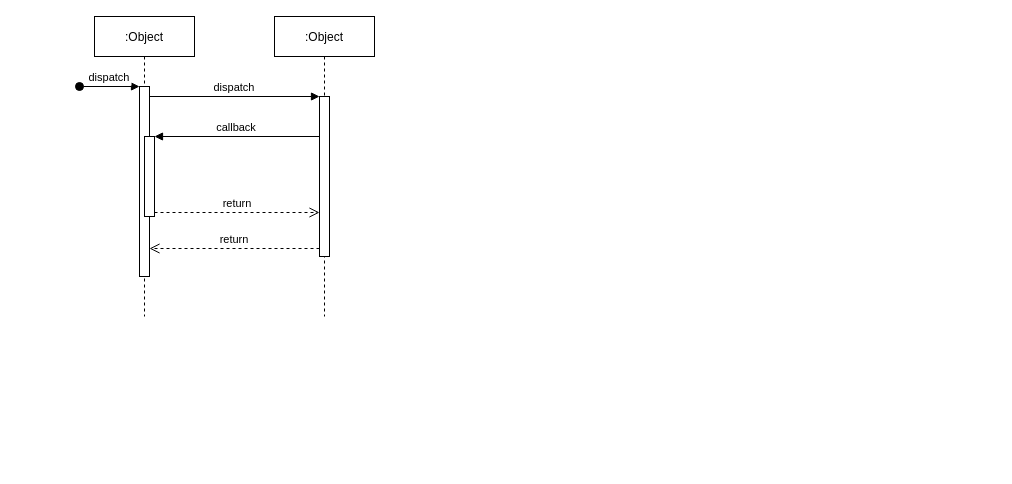
Before: Untitled Diagram.drawio in 748349009/AHANLP, a draw.io diagram. Source tidied: cells renumbered, new cells numbered last; positions are measured from the earlier drawing's top-left corner, leaving out a move shared by most shapes. Both pictures are drawn from the tidied source at 100%, with x=0, y=0 at pixel (79, 16).
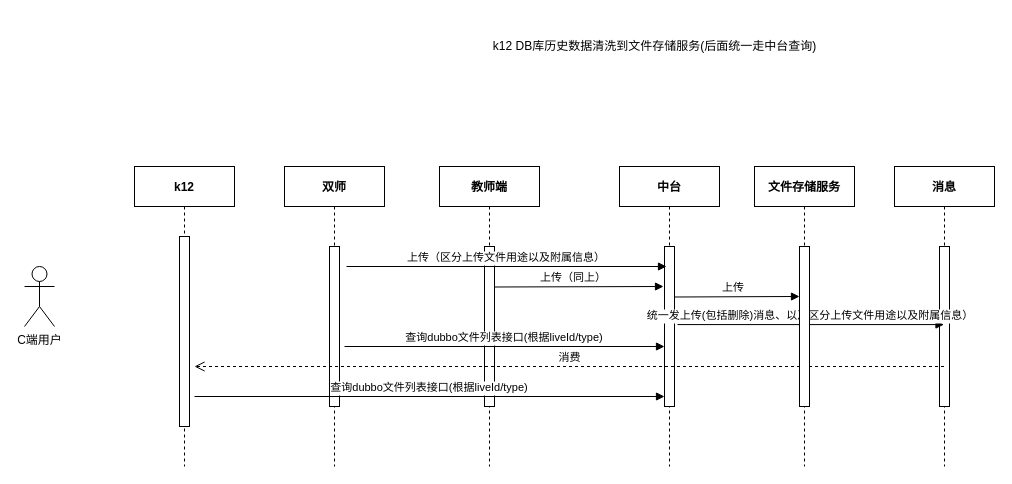
The same page after the edit.

The change refers to these unchanged cells:
```xml
<mxCell id="3" style="points=[];perimeter=orthogonalPerimeter;rounded=0;shadow=0;strokeWidth=1;" parent="2" vertex="1">
  <mxGeometry x="45" y="70" width="10" height="190" as="geometry" />
</mxCell>
<mxCell id="7" style="points=[];perimeter=orthogonalPerimeter;rounded=0;shadow=0;strokeWidth=1;" parent="6" vertex="1">
  <mxGeometry x="45" y="80" width="10" height="160" as="geometry" />
</mxCell>
```

What changed in the source:
```diff
@@
-    <mxCell id="2" value=":Object" style="shape=umlLifeline;perimeter=lifelinePerimeter;rounded=0;shadow=0;strokeWidth=1;" parent="1" vertex="1">
-      <mxGeometry x="15" width="100" height="300" as="geometry" />
+    <mxCell id="2" value="k12" style="shape=umlLifeline;perimeter=lifelinePerimeter;rounded=0;shadow=0;strokeWidth=1;fontStyle=1;" parent="1" vertex="1">
+      <mxGeometry x="55" y="150" width="100" height="300" as="geometry" />
     </mxCell>
@@
-    <mxCell id="4" value="dispatch" style="verticalAlign=bottom;startArrow=oval;endArrow=block;startSize=8;shadow=0;strokeWidth=1;" parent="2" edge="1" target="3">
-      <mxGeometry relative="1" as="geometry">
-        <mxPoint x="-15" y="70" as="sourcePoint" />
-      </mxGeometry>
-    </mxCell>
-    <mxCell id="5" style="points=[];perimeter=orthogonalPerimeter;rounded=0;shadow=0;strokeWidth=1;" parent="2" vertex="1">
-      <mxGeometry x="50" y="120" width="10" height="80" as="geometry" />
-    </mxCell>
-    <mxCell id="6" value=":Object" style="shape=umlLifeline;perimeter=lifelinePerimeter;rounded=0;shadow=0;strokeWidth=1;" parent="1" vertex="1">
-      <mxGeometry x="195" width="100" height="300" as="geometry" />
+    <mxCell id="6" value="双师" style="shape=umlLifeline;perimeter=lifelinePerimeter;rounded=0;shadow=0;strokeWidth=1;fontStyle=1;" parent="1" vertex="1">
+      <mxGeometry x="205" y="150" width="100" height="300" as="geometry" />
     </mxCell>
@@
-    <mxCell id="8" value="return" style="verticalAlign=bottom;endArrow=open;dashed=1;endSize=8;exitX=0;exitY=0.95;shadow=0;strokeWidth=1;" parent="1" edge="1" source="7" target="3">
-      <mxGeometry relative="1" as="geometry" />
-    </mxCell>
-    <mxCell id="9" value="dispatch" style="verticalAlign=bottom;endArrow=block;entryX=0;entryY=0;shadow=0;strokeWidth=1;" parent="1" edge="1" source="3" target="7">
-      <mxGeometry relative="1" as="geometry" />
-    </mxCell>
-    <mxCell id="10" value="callback" style="verticalAlign=bottom;endArrow=block;entryX=1;entryY=0;shadow=0;strokeWidth=1;" parent="1" edge="1" source="7" target="5">
-      <mxGeometry relative="1" as="geometry" />
-    </mxCell>
-    <mxCell id="11" value="return" style="verticalAlign=bottom;endArrow=open;dashed=1;endSize=8;exitX=1;exitY=0.95;shadow=0;strokeWidth=1;" parent="1" edge="1" source="5" target="7">
-      <mxGeometry relative="1" as="geometry" />
-    </mxCell>
+    <mxCell id="12" value="教师端" style="shape=umlLifeline;perimeter=lifelinePerimeter;rounded=0;shadow=0;strokeWidth=1;fontStyle=1;" parent="1" vertex="1">
+      <mxGeometry x="360" y="150" width="100" height="300" as="geometry" />
+    </mxCell>
+    <mxCell id="13" style="perimeter=orthogonalPerimeter;rounded=0;shadow=0;strokeWidth=1;" parent="12" vertex="1">
+      <mxGeometry x="45" y="80" width="10" height="160" as="geometry" />
+    </mxCell>
+    <mxCell id="14" value="查询dubbo文件列表接口(根据liveId/type)" style="verticalAlign=bottom;endArrow=block;shadow=0;strokeWidth=1;" parent="12" edge="1">
+      <mxGeometry relative="1" as="geometry">
+        <mxPoint x="-95" y="180" as="sourcePoint" />
+        <mxPoint x="225" y="180" as="targetPoint" />
+      </mxGeometry>
+    </mxCell>
+    <mxCell id="15" value="中台" style="shape=umlLifeline;perimeter=lifelinePerimeter;rounded=0;shadow=0;strokeWidth=1;fontStyle=1;" parent="1" vertex="1">
+      <mxGeometry x="540" y="150" width="100" height="300" as="geometry" />
+    </mxCell>
+    <mxCell id="16" style="points=[];perimeter=orthogonalPerimeter;rounded=0;shadow=0;strokeWidth=1;" parent="15" vertex="1">
+      <mxGeometry x="45" y="80" width="10" height="160" as="geometry" />
+    </mxCell>
+    <mxCell id="17" value="上传（区分上传文件用途以及附属信息）" style="verticalAlign=bottom;endArrow=block;shadow=0;strokeWidth=1;" parent="1" edge="1">
+      <mxGeometry relative="1" as="geometry">
+        <mxPoint x="267" y="250" as="sourcePoint" />
+        <mxPoint x="587" y="250" as="targetPoint" />
+      </mxGeometry>
+    </mxCell>
+    <mxCell id="18" value="上传（同上）" style="verticalAlign=bottom;endArrow=block;shadow=0;strokeWidth=1;entryX=-0.1;entryY=0.25;entryDx=0;entryDy=0;entryPerimeter=0;" parent="1" edge="1" target="16">
+      <mxGeometry x="-0.06" relative="1" as="geometry">
+        <mxPoint x="415" y="270.5" as="sourcePoint" />
+      </mxGeometry>
+    </mxCell>
+    <mxCell id="19" value="消息" style="shape=umlLifeline;perimeter=lifelinePerimeter;rounded=0;shadow=0;strokeWidth=1;fontStyle=1;" parent="1" vertex="1">
+      <mxGeometry x="815" y="150" width="100" height="300" as="geometry" />
+    </mxCell>
+    <mxCell id="20" style="perimeter=orthogonalPerimeter;rounded=0;shadow=0;strokeWidth=1;" parent="19" vertex="1">
+      <mxGeometry x="45" y="80" width="10" height="160" as="geometry" />
+    </mxCell>
+    <mxCell id="21" value="统一发上传(包括删除)消息、以及区分上传文件用途以及附属信息）" style="verticalAlign=bottom;endArrow=block;shadow=0;strokeWidth=1;exitX=1.3;exitY=0.488;exitDx=0;exitDy=0;exitPerimeter=0;" parent="1" edge="1" source="16" target="19">
+      <mxGeometry relative="1" as="geometry" />
+    </mxCell>
+    <mxCell id="22" value="消费" style="html=1;verticalAlign=bottom;endArrow=open;dashed=1;endSize=8;" parent="1" edge="1" source="19">
+      <mxGeometry relative="1" as="geometry">
+        <mxPoint x="115" y="350" as="targetPoint" />
+      </mxGeometry>
+    </mxCell>
+    <mxCell id="23" value="查询dubbo文件列表接口(根据liveId/type)" style="verticalAlign=bottom;endArrow=block;shadow=0;strokeWidth=1;" parent="1" edge="1">
+      <mxGeometry relative="1" as="geometry">
+        <mxPoint x="115" y="380" as="sourcePoint" />
+        <mxPoint x="585" y="380" as="targetPoint" />
+      </mxGeometry>
+    </mxCell>
+    <mxCell id="24" value="文件存储服务" style="shape=umlLifeline;perimeter=lifelinePerimeter;rounded=0;shadow=0;strokeWidth=1;fontStyle=1;" parent="1" vertex="1">
+      <mxGeometry x="675" y="150" width="100" height="300" as="geometry" />
+    </mxCell>
+    <mxCell id="25" style="perimeter=orthogonalPerimeter;rounded=0;shadow=0;strokeWidth=1;" parent="24" vertex="1">
+      <mxGeometry x="45" y="80" width="10" height="160" as="geometry" />
+    </mxCell>
+    <mxCell id="26" value="上传" style="verticalAlign=bottom;endArrow=block;shadow=0;strokeWidth=1;" parent="1" edge="1">
+      <mxGeometry x="-0.06" relative="1" as="geometry">
+        <mxPoint x="595" y="280.5" as="sourcePoint" />
+        <mxPoint x="720" y="280" as="targetPoint" />
+      </mxGeometry>
+    </mxCell>
+    <mxCell id="27" value="k12 DB库历史数据清洗到文件存储服务(后面统一走中台查询)" style="text;html=1;align=center;verticalAlign=middle;" parent="1" vertex="1">
+      <mxGeometry x="405" y="20" width="340" height="20" as="geometry" />
+    </mxCell>
+    <mxCell id="28" value="C端用户" style="shape=umlActor;verticalLabelPosition=bottom;verticalAlign=top;html=1;" parent="1" vertex="1">
+      <mxGeometry x="-55" y="250" width="30" height="60" as="geometry" />
+    </mxCell>
```
